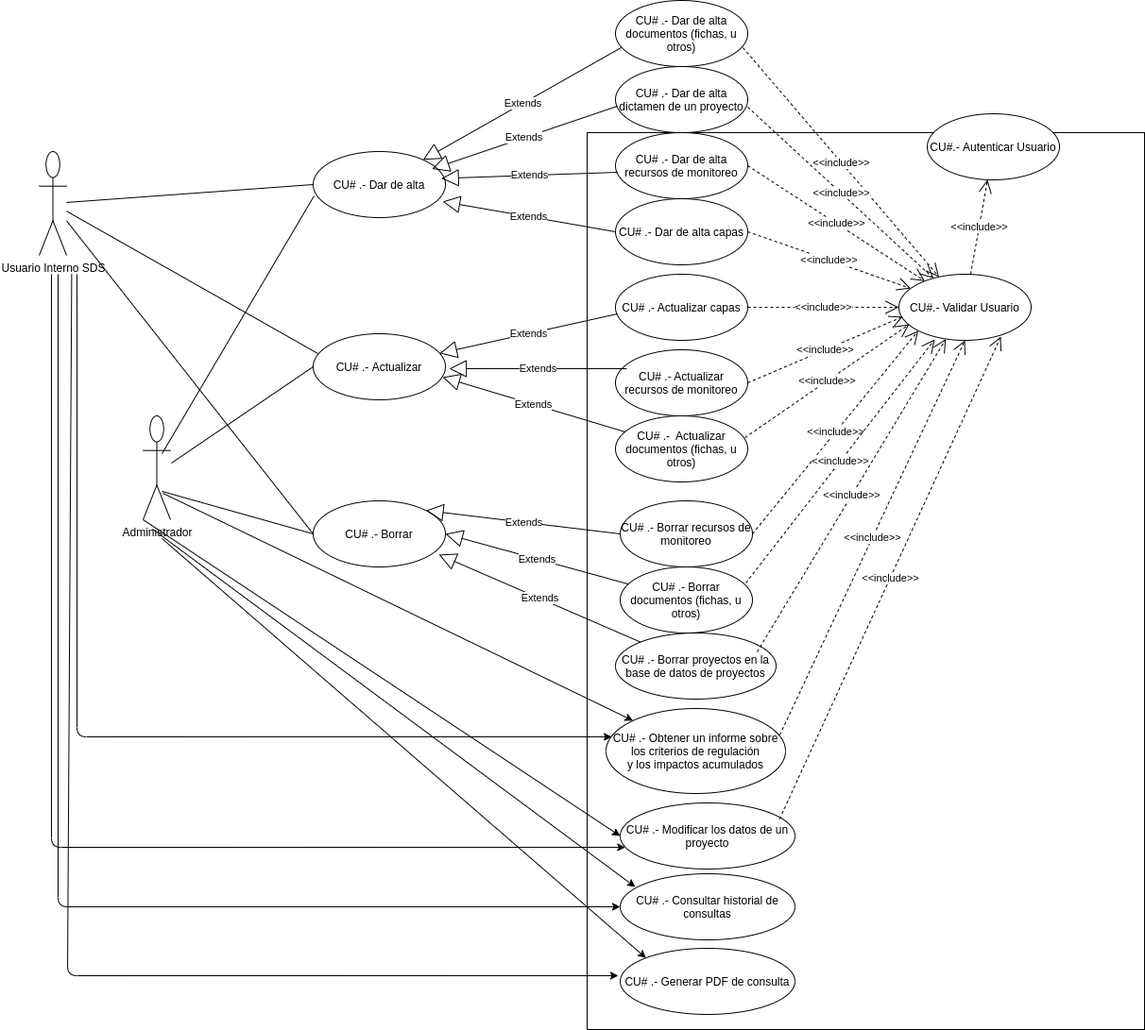
This is files/AdminiInsumos.png from milocortes/fmx_diseno_sistema, a draw.io export, as it was before one commit. Source tidied: cells renumbered, new cells last; positions are measured from the earlier drawing's top-left corner, leaving out a move shared by most shapes.
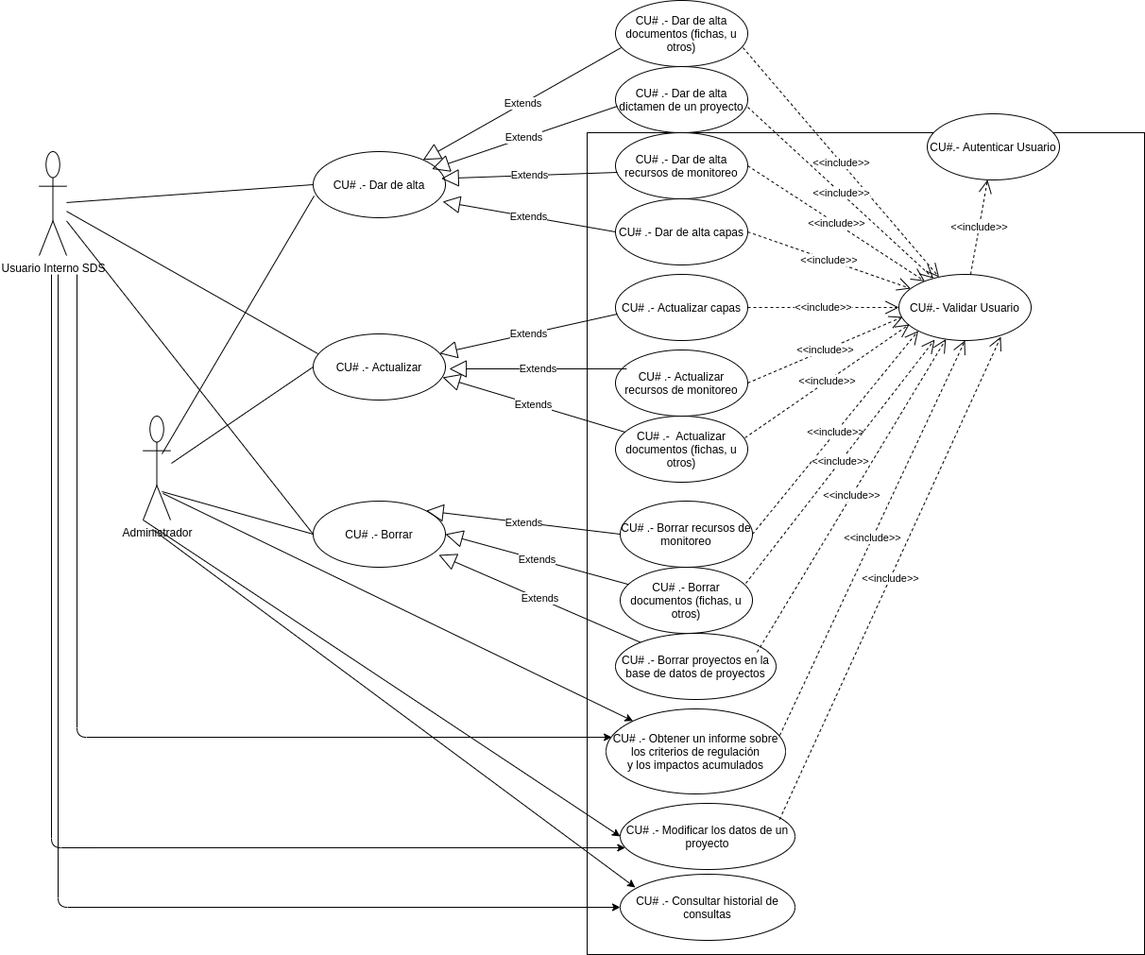
Above is the later version.

Change to the diagram source:
```diff
@@ -6,7 +6,7 @@
       <mxGeometry y="160" width="29" height="110" as="geometry" />
     </mxCell>
     <mxCell id="3" style="rounded=0;whiteSpace=wrap;html=1;" parent="1" vertex="1">
-      <mxGeometry x="580" y="140" width="590" height="950" as="geometry" />
+      <mxGeometry x="580" y="140" width="590" height="870" as="geometry" />
     </mxCell>
     <mxCell id="4" value="CU# .-&amp;nbsp;Dar de alta documentos (fichas, u otros)" style="ellipse;whiteSpace=wrap;html=1;" parent="1" vertex="1">
       <mxGeometry x="610" width="140" height="70" as="geometry" />
@@ -182,19 +182,11 @@
     <mxCell id="55" value="CU# .-&amp;nbsp;Consultar historial de consultas" style="ellipse;whiteSpace=wrap;html=1;" parent="1" vertex="1">
       <mxGeometry x="615" y="925" width="185" height="70" as="geometry" />
     </mxCell>
-    <mxCell id="56" value="CU# .-&amp;nbsp;Generar PDF de consulta" style="ellipse;whiteSpace=wrap;html=1;" parent="1" vertex="1">
-      <mxGeometry x="615" y="1004" width="185" height="70" as="geometry" />
-    </mxCell>
     <mxCell id="57" style="endArrow=classic;html=1;entryX=0.086;entryY=0.2;entryDx=0;entryDy=0;exitX=0;exitY=1;exitDx=0;exitDy=0;exitPerimeter=0;entryPerimeter=0;" parent="1" edge="1" target="55">
       <mxGeometry relative="1" as="geometry">
         <mxPoint x="120" y="560" as="sourcePoint" />
       </mxGeometry>
     </mxCell>
-    <mxCell id="58" style="endArrow=classic;html=1;entryX=0;entryY=0;entryDx=0;entryDy=0;exitX=0;exitY=1;exitDx=0;exitDy=0;exitPerimeter=0;" parent="1" edge="1" target="56">
-      <mxGeometry relative="1" as="geometry">
-        <mxPoint x="130" y="570" as="sourcePoint" />
-      </mxGeometry>
-    </mxCell>
     <mxCell id="59" style="endArrow=classic;html=1;entryX=0;entryY=0.5;entryDx=0;entryDy=0;" parent="1" edge="1" target="55">
       <mxGeometry relative="1" as="geometry">
         <mxPoint x="20" y="290" as="sourcePoint" />
@@ -203,13 +195,5 @@
         </Array>
       </mxGeometry>
     </mxCell>
-    <mxCell id="60" style="endArrow=classic;html=1;entryX=-0.011;entryY=0.414;entryDx=0;entryDy=0;entryPerimeter=0;" parent="1" edge="1" target="56">
-      <mxGeometry relative="1" as="geometry">
-        <mxPoint x="34.4" y="290" as="sourcePoint" />
-        <Array as="points">
-          <mxPoint x="30" y="1033" />
-        </Array>
-      </mxGeometry>
-    </mxCell>
   </root>
 </mxGraphModel>
```
